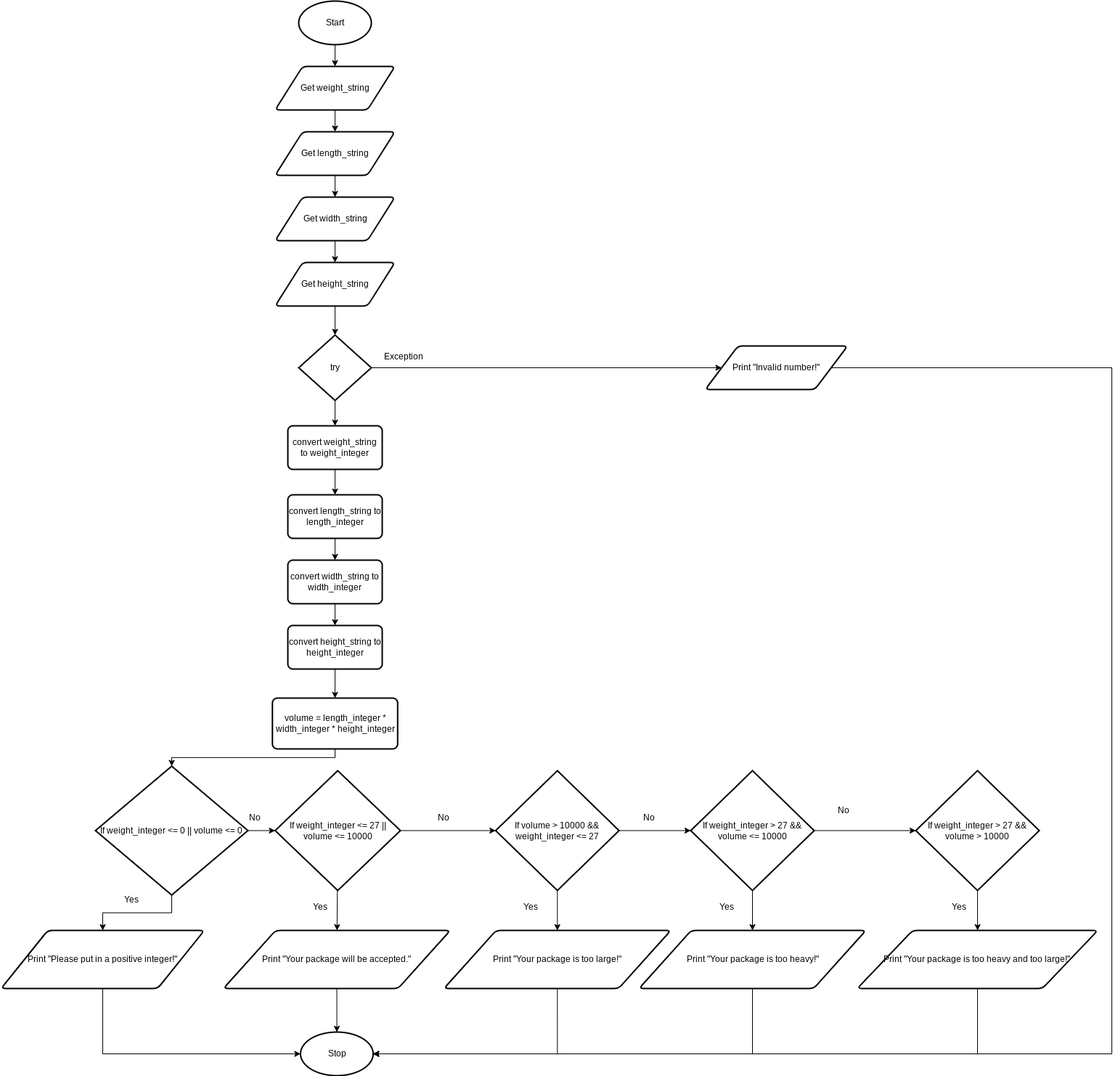
This is design.package.flowchart.png from Yiyun-Qin/ICS3U-Assignment3-Python, a draw.io export, as it was before one commit. Source tidied: cells renumbered, new cells last; positions are measured from the earlier drawing's top-left corner, leaving out a move shared by most shapes.
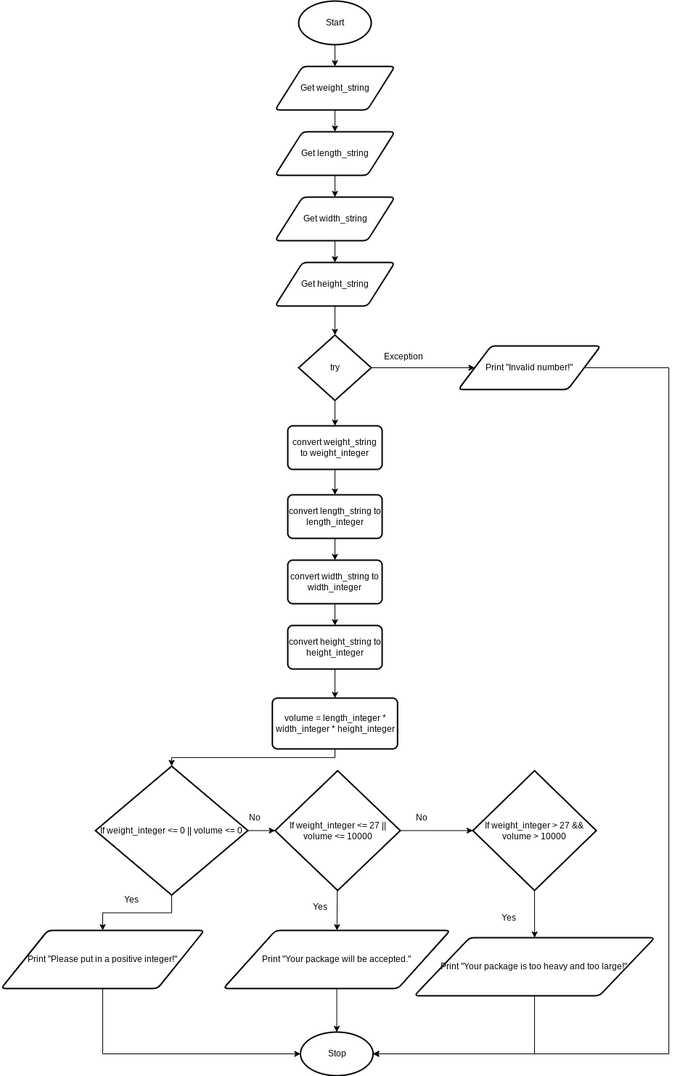
After the change.

The edit, as a diff of the source:
```diff
@@ -38,13 +38,13 @@
     <mxCell id="13" style="edgeStyle=orthogonalEdgeStyle;rounded=0;html=1;exitX=1;exitY=0.5;exitDx=0;exitDy=0;entryX=1;entryY=0.5;entryDx=0;entryDy=0;entryPerimeter=0;" parent="1" edge="1" source="14" target="6">
       <mxGeometry relative="1" as="geometry">
         <Array as="points">
-          <mxPoint x="1530" y="505" />
-          <mxPoint x="1530" y="1450" />
+          <mxPoint x="920" y="505" />
+          <mxPoint x="920" y="1450" />
         </Array>
       </mxGeometry>
     </mxCell>
     <mxCell id="14" value="Print &quot;Invalid number!&quot;" style="shape=parallelogram;html=1;strokeWidth=2;perimeter=parallelogramPerimeter;whiteSpace=wrap;rounded=1;arcSize=12;size=0.23;" parent="1" vertex="1">
-      <mxGeometry x="970" y="475" width="196" height="60" as="geometry" />
+      <mxGeometry x="630" y="475" width="196" height="60" as="geometry" />
     </mxCell>
     <mxCell id="15" value="Exception" style="text;html=1;strokeColor=none;fillColor=none;align=center;verticalAlign=middle;whiteSpace=wrap;rounded=0;" parent="1" vertex="1">
       <mxGeometry x="525" y="475" width="60" height="30" as="geometry" />
@@ -52,9 +52,9 @@
     <mxCell id="16" style="edgeStyle=none;html=1;" parent="1" edge="1" source="18" target="34">
       <mxGeometry relative="1" as="geometry" />
     </mxCell>
-    <mxCell id="17" style="edgeStyle=orthogonalEdgeStyle;rounded=0;html=1;exitX=1;exitY=0.5;exitDx=0;exitDy=0;exitPerimeter=0;entryX=0;entryY=0.5;entryDx=0;entryDy=0;entryPerimeter=0;" parent="1" edge="1" source="18" target="39">
-      <mxGeometry relative="1" as="geometry" />
-    </mxCell>
+    <mxCell id="62" style="edgeStyle=orthogonalEdgeStyle;rounded=0;html=1;exitX=1;exitY=0.5;exitDx=0;exitDy=0;exitPerimeter=0;entryX=0;entryY=0.5;entryDx=0;entryDy=0;entryPerimeter=0;" parent="1" edge="1" source="18" target="50">
+      <mxGeometry relative="1" as="geometry" />
+    </mxCell>
     <mxCell id="18" value="If weight_integer &amp;lt;= 27 || volume &amp;lt;= 10000" style="strokeWidth=2;html=1;shape=mxgraph.flowchart.decision;whiteSpace=wrap;" parent="1" vertex="1">
       <mxGeometry x="377.5" y="1060" width="172.5" height="165" as="geometry" />
     </mxCell>
@@ -106,66 +106,18 @@
     <mxCell id="34" value="Print &quot;Your package will be accepted.&quot;" style="shape=parallelogram;html=1;strokeWidth=2;perimeter=parallelogramPerimeter;whiteSpace=wrap;rounded=1;arcSize=12;size=0.23;" parent="1" vertex="1">
       <mxGeometry x="306.2" y="1280" width="312.5" height="80" as="geometry" />
     </mxCell>
-    <mxCell id="35" style="edgeStyle=orthogonalEdgeStyle;html=1;exitX=0.5;exitY=1;exitDx=0;exitDy=0;entryX=1;entryY=0.5;entryDx=0;entryDy=0;entryPerimeter=0;rounded=0;" parent="1" edge="1" source="36" target="6">
-      <mxGeometry relative="1" as="geometry" />
-    </mxCell>
-    <mxCell id="36" value="Print &quot;Your package is too large!&quot;" style="shape=parallelogram;html=1;strokeWidth=2;perimeter=parallelogramPerimeter;whiteSpace=wrap;rounded=1;arcSize=12;size=0.23;" parent="1" vertex="1">
-      <mxGeometry x="610" y="1280" width="312.5" height="80" as="geometry" />
-    </mxCell>
-    <mxCell id="37" style="edgeStyle=none;html=1;" parent="1" edge="1" source="39" target="42">
-      <mxGeometry relative="1" as="geometry" />
-    </mxCell>
-    <mxCell id="38" style="edgeStyle=orthogonalEdgeStyle;rounded=0;html=1;exitX=0.5;exitY=1;exitDx=0;exitDy=0;exitPerimeter=0;entryX=0.5;entryY=0;entryDx=0;entryDy=0;" parent="1" edge="1" source="39" target="36">
-      <mxGeometry relative="1" as="geometry" />
-    </mxCell>
-    <mxCell id="39" value="If volume &amp;gt; 10000 &amp;amp;&amp;amp; weight_integer &amp;lt;= 27" style="strokeWidth=2;html=1;shape=mxgraph.flowchart.decision;whiteSpace=wrap;" parent="1" vertex="1">
-      <mxGeometry x="681.2" y="1060" width="170" height="165" as="geometry" />
-    </mxCell>
-    <mxCell id="40" style="edgeStyle=none;html=1;" parent="1" edge="1" source="42" target="44">
-      <mxGeometry relative="1" as="geometry" />
-    </mxCell>
-    <mxCell id="41" style="edgeStyle=orthogonalEdgeStyle;rounded=0;html=1;exitX=1;exitY=0.5;exitDx=0;exitDy=0;exitPerimeter=0;entryX=0;entryY=0.5;entryDx=0;entryDy=0;entryPerimeter=0;" parent="1" edge="1" source="42" target="50">
-      <mxGeometry relative="1" as="geometry" />
-    </mxCell>
-    <mxCell id="42" value="If weight_integer &amp;gt; 27 &amp;amp;&amp;amp; volume &amp;lt;= 10000" style="strokeWidth=2;html=1;shape=mxgraph.flowchart.decision;whiteSpace=wrap;" parent="1" vertex="1">
-      <mxGeometry x="950" y="1060" width="170" height="165" as="geometry" />
-    </mxCell>
-    <mxCell id="43" style="edgeStyle=orthogonalEdgeStyle;rounded=0;html=1;exitX=0.5;exitY=1;exitDx=0;exitDy=0;entryX=1;entryY=0.5;entryDx=0;entryDy=0;entryPerimeter=0;" parent="1" edge="1" source="44" target="6">
-      <mxGeometry relative="1" as="geometry" />
-    </mxCell>
-    <mxCell id="44" value="Print &quot;Your package is too heavy!&quot;" style="shape=parallelogram;html=1;strokeWidth=2;perimeter=parallelogramPerimeter;whiteSpace=wrap;rounded=1;arcSize=12;size=0.23;" parent="1" vertex="1">
-      <mxGeometry x="878.8" y="1280" width="312.5" height="80" as="geometry" />
-    </mxCell>
-    <mxCell id="45" value="No" style="text;html=1;strokeColor=none;fillColor=none;align=center;verticalAlign=middle;whiteSpace=wrap;rounded=0;" parent="1" vertex="1">
-      <mxGeometry x="580" y="1110" width="60" height="30" as="geometry" />
-    </mxCell>
-    <mxCell id="46" value="No" style="text;html=1;strokeColor=none;fillColor=none;align=center;verticalAlign=middle;whiteSpace=wrap;rounded=0;" parent="1" vertex="1">
-      <mxGeometry x="862.5" y="1110" width="60" height="30" as="geometry" />
-    </mxCell>
-    <mxCell id="47" value="Yes" style="text;html=1;strokeColor=none;fillColor=none;align=center;verticalAlign=middle;whiteSpace=wrap;rounded=0;" parent="1" vertex="1">
-      <mxGeometry x="700" y="1230" width="60" height="35" as="geometry" />
-    </mxCell>
-    <mxCell id="48" value="Yes" style="text;html=1;strokeColor=none;fillColor=none;align=center;verticalAlign=middle;whiteSpace=wrap;rounded=0;" parent="1" vertex="1">
-      <mxGeometry x="970" y="1230" width="60" height="35" as="geometry" />
-    </mxCell>
     <mxCell id="49" style="edgeStyle=orthogonalEdgeStyle;rounded=0;html=1;" parent="1" edge="1" source="50" target="52">
       <mxGeometry relative="1" as="geometry" />
     </mxCell>
     <mxCell id="50" value="If weight_integer &amp;gt; 27 &amp;amp;&amp;amp; volume &amp;gt; 10000" style="strokeWidth=2;html=1;shape=mxgraph.flowchart.decision;whiteSpace=wrap;" parent="1" vertex="1">
-      <mxGeometry x="1260" y="1060" width="170" height="165" as="geometry" />
+      <mxGeometry x="650" y="1060" width="170" height="165" as="geometry" />
     </mxCell>
     <mxCell id="51" style="edgeStyle=orthogonalEdgeStyle;rounded=0;html=1;exitX=0.5;exitY=1;exitDx=0;exitDy=0;entryX=1;entryY=0.5;entryDx=0;entryDy=0;entryPerimeter=0;" parent="1" edge="1" source="52" target="6">
       <mxGeometry relative="1" as="geometry" />
     </mxCell>
     <mxCell id="52" value="Print &quot;Your package is too heavy and too large!&quot;" style="shape=parallelogram;html=1;strokeWidth=2;perimeter=parallelogramPerimeter;whiteSpace=wrap;rounded=1;arcSize=12;size=0.23;" parent="1" vertex="1">
-      <mxGeometry x="1179.4" y="1280" width="331.2" height="80" as="geometry" />
+      <mxGeometry x="569.4" y="1290" width="331.2" height="80" as="geometry" />
     </mxCell>
-    <mxCell id="53" value="No" style="text;html=1;strokeColor=none;fillColor=none;align=center;verticalAlign=middle;whiteSpace=wrap;rounded=0;" parent="1" vertex="1">
-      <mxGeometry x="1131.2" y="1100" width="60" height="30" as="geometry" />
-    </mxCell>
-    <mxCell id="54" value="Yes" style="text;html=1;strokeColor=none;fillColor=none;align=center;verticalAlign=middle;whiteSpace=wrap;rounded=0;" parent="1" vertex="1">
-      <mxGeometry x="1290" y="1230" width="60" height="35" as="geometry" />
-    </mxCell>
     <mxCell id="55" style="edgeStyle=orthogonalEdgeStyle;rounded=0;html=1;exitX=1;exitY=0.5;exitDx=0;exitDy=0;exitPerimeter=0;entryX=0;entryY=0.5;entryDx=0;entryDy=0;entryPerimeter=0;" parent="1" edge="1" source="57" target="18">
       <mxGeometry relative="1" as="geometry" />
     </mxCell>
@@ -187,5 +139,11 @@
     <mxCell id="61" value="Yes" style="text;html=1;strokeColor=none;fillColor=none;align=center;verticalAlign=middle;whiteSpace=wrap;rounded=0;" parent="1" vertex="1">
       <mxGeometry x="150" y="1220" width="60" height="35" as="geometry" />
     </mxCell>
+    <mxCell id="63" value="No" style="text;html=1;strokeColor=none;fillColor=none;align=center;verticalAlign=middle;whiteSpace=wrap;rounded=0;" parent="1" vertex="1">
+      <mxGeometry x="550" y="1110" width="60" height="30" as="geometry" />
+    </mxCell>
+    <mxCell id="64" value="Yes" style="text;html=1;strokeColor=none;fillColor=none;align=center;verticalAlign=middle;whiteSpace=wrap;rounded=0;" parent="1" vertex="1">
+      <mxGeometry x="670" y="1245" width="60" height="35" as="geometry" />
+    </mxCell>
   </root>
 </mxGraphModel>
```
